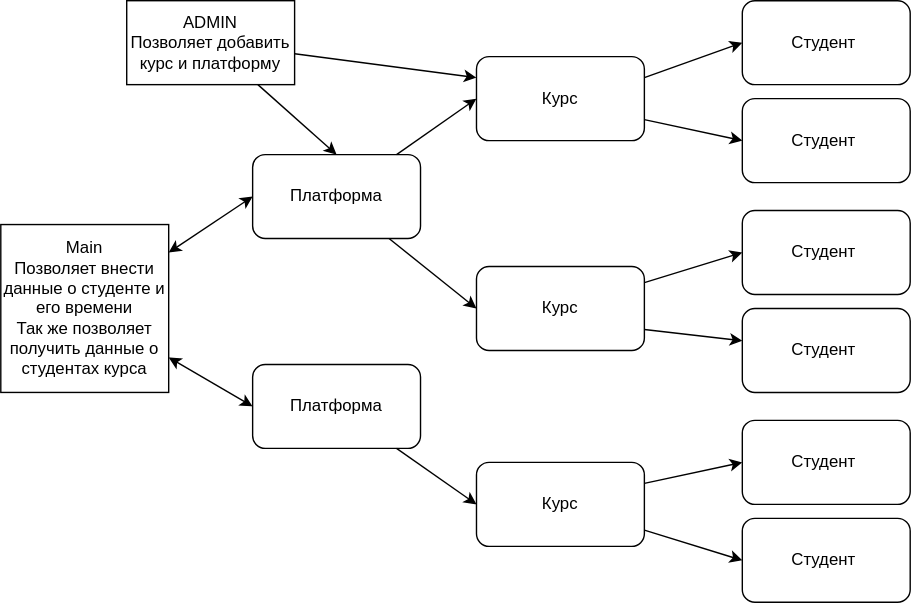
This is java_2023/diagram.svg from lomonoga/images, a draw.io export, as it was before one commit. Source tidied: cells renumbered, new cells last; positions are measured from the earlier drawing's top-left corner, leaving out a move shared by most shapes.
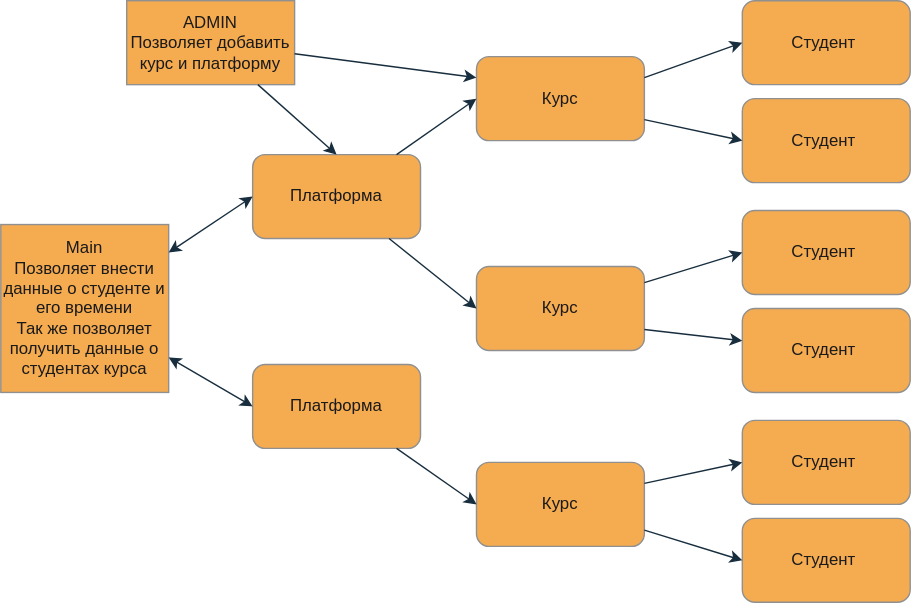
Later version of the same file.

What changed in the source:
```diff
@@ -2,82 +2,82 @@
   <root>
     <mxCell id="0" />
     <mxCell id="1" parent="0" />
-    <mxCell id="2" value="Студент&amp;nbsp;" style="rounded=1;whiteSpace=wrap;html=1;" parent="1" vertex="1">
+    <mxCell id="2" value="Студент&amp;nbsp;" style="rounded=1;whiteSpace=wrap;html=1;labelBackgroundColor=none;fillColor=#F5AB50;strokeColor=#909090;fontColor=#1A1A1A;" parent="1" vertex="1">
       <mxGeometry x="530" y="150" width="120" height="60" as="geometry" />
     </mxCell>
-    <mxCell id="3" value="Курс" style="rounded=1;whiteSpace=wrap;html=1;" parent="1" vertex="1">
+    <mxCell id="3" value="Курс" style="rounded=1;whiteSpace=wrap;html=1;labelBackgroundColor=none;fillColor=#F5AB50;strokeColor=#909090;fontColor=#1A1A1A;" parent="1" vertex="1">
       <mxGeometry x="340" y="190" width="120" height="60" as="geometry" />
     </mxCell>
-    <mxCell id="4" value="Студент&amp;nbsp;" style="rounded=1;whiteSpace=wrap;html=1;" parent="1" vertex="1">
+    <mxCell id="4" value="Студент&amp;nbsp;" style="rounded=1;whiteSpace=wrap;html=1;labelBackgroundColor=none;fillColor=#F5AB50;strokeColor=#909090;fontColor=#1A1A1A;" parent="1" vertex="1">
       <mxGeometry x="530" y="220" width="120" height="60" as="geometry" />
     </mxCell>
-    <mxCell id="5" value="Студент&amp;nbsp;" style="rounded=1;whiteSpace=wrap;html=1;" parent="1" vertex="1">
+    <mxCell id="5" value="Студент&amp;nbsp;" style="rounded=1;whiteSpace=wrap;html=1;labelBackgroundColor=none;fillColor=#F5AB50;strokeColor=#909090;fontColor=#1A1A1A;" parent="1" vertex="1">
       <mxGeometry x="530" width="120" height="60" as="geometry" />
     </mxCell>
-    <mxCell id="6" value="Курс" style="rounded=1;whiteSpace=wrap;html=1;" parent="1" vertex="1">
+    <mxCell id="6" value="Курс" style="rounded=1;whiteSpace=wrap;html=1;labelBackgroundColor=none;fillColor=#F5AB50;strokeColor=#909090;fontColor=#1A1A1A;" parent="1" vertex="1">
       <mxGeometry x="340" y="40" width="120" height="60" as="geometry" />
     </mxCell>
-    <mxCell id="7" value="Студент&amp;nbsp;" style="rounded=1;whiteSpace=wrap;html=1;" parent="1" vertex="1">
+    <mxCell id="7" value="Студент&amp;nbsp;" style="rounded=1;whiteSpace=wrap;html=1;labelBackgroundColor=none;fillColor=#F5AB50;strokeColor=#909090;fontColor=#1A1A1A;" parent="1" vertex="1">
       <mxGeometry x="530" y="70" width="120" height="60" as="geometry" />
     </mxCell>
-    <mxCell id="8" style="endArrow=classic;html=1;entryX=0;entryY=0.5;entryDx=0;entryDy=0;exitX=1;exitY=0.75;exitDx=0;exitDy=0;" parent="1" edge="1" source="6" target="7">
+    <mxCell id="8" style="endArrow=classic;html=1;entryX=0;entryY=0.5;entryDx=0;entryDy=0;exitX=1;exitY=0.75;exitDx=0;exitDy=0;labelBackgroundColor=none;strokeColor=#182E3E;fontColor=default;" parent="1" edge="1" source="6" target="7">
       <mxGeometry relative="1" as="geometry" />
     </mxCell>
-    <mxCell id="9" value="Платформа" style="rounded=1;whiteSpace=wrap;html=1;" parent="1" vertex="1">
+    <mxCell id="9" value="Платформа" style="rounded=1;whiteSpace=wrap;html=1;labelBackgroundColor=none;fillColor=#F5AB50;strokeColor=#909090;fontColor=#1A1A1A;" parent="1" vertex="1">
       <mxGeometry x="180" y="110" width="120" height="60" as="geometry" />
     </mxCell>
-    <mxCell id="10" value="Студент&amp;nbsp;" style="rounded=1;whiteSpace=wrap;html=1;" parent="1" vertex="1">
+    <mxCell id="10" value="Студент&amp;nbsp;" style="rounded=1;whiteSpace=wrap;html=1;labelBackgroundColor=none;fillColor=#F5AB50;strokeColor=#909090;fontColor=#1A1A1A;" parent="1" vertex="1">
       <mxGeometry x="530" y="300" width="120" height="60" as="geometry" />
     </mxCell>
-    <mxCell id="11" value="Курс" style="rounded=1;whiteSpace=wrap;html=1;" parent="1" vertex="1">
+    <mxCell id="11" value="Курс" style="rounded=1;whiteSpace=wrap;html=1;labelBackgroundColor=none;fillColor=#F5AB50;strokeColor=#909090;fontColor=#1A1A1A;" parent="1" vertex="1">
       <mxGeometry x="340" y="330" width="120" height="60" as="geometry" />
     </mxCell>
-    <mxCell id="12" value="Студент&amp;nbsp;" style="rounded=1;whiteSpace=wrap;html=1;" parent="1" vertex="1">
+    <mxCell id="12" value="Студент&amp;nbsp;" style="rounded=1;whiteSpace=wrap;html=1;labelBackgroundColor=none;fillColor=#F5AB50;strokeColor=#909090;fontColor=#1A1A1A;" parent="1" vertex="1">
       <mxGeometry x="530" y="370" width="120" height="60" as="geometry" />
     </mxCell>
-    <mxCell id="13" value="Платформа" style="rounded=1;whiteSpace=wrap;html=1;" parent="1" vertex="1">
+    <mxCell id="13" value="Платформа" style="rounded=1;whiteSpace=wrap;html=1;labelBackgroundColor=none;fillColor=#F5AB50;strokeColor=#909090;fontColor=#1A1A1A;" parent="1" vertex="1">
       <mxGeometry x="180" y="260" width="120" height="60" as="geometry" />
     </mxCell>
-    <mxCell id="14" value="Main&lt;br&gt;Позволяет внести данные о студенте и его времени&lt;br&gt;Так же позволяет получить данные о студентах курса" style="rounded=0;whiteSpace=wrap;html=1;" parent="1" vertex="1">
+    <mxCell id="14" value="Main&lt;br&gt;Позволяет внести данные о студенте и его времени&lt;br&gt;Так же позволяет получить данные о студентах курса" style="rounded=0;whiteSpace=wrap;html=1;labelBackgroundColor=none;fillColor=#F5AB50;strokeColor=#909090;fontColor=#1A1A1A;" parent="1" vertex="1">
       <mxGeometry y="160" width="120" height="120" as="geometry" />
     </mxCell>
-    <mxCell id="15" value="ADMIN&lt;br&gt;Позволяет добавить курс и платформу" style="rounded=0;whiteSpace=wrap;html=1;" parent="1" vertex="1">
+    <mxCell id="15" value="ADMIN&lt;br&gt;Позволяет добавить курс и платформу" style="rounded=0;whiteSpace=wrap;html=1;labelBackgroundColor=none;fillColor=#F5AB50;strokeColor=#909090;fontColor=#1A1A1A;" parent="1" vertex="1">
       <mxGeometry x="90" width="120" height="60" as="geometry" />
     </mxCell>
-    <mxCell id="16" style="endArrow=classic;html=1;exitX=1;exitY=0.25;exitDx=0;exitDy=0;entryX=0;entryY=0.5;entryDx=0;entryDy=0;" parent="1" edge="1" source="6" target="5">
+    <mxCell id="16" style="endArrow=classic;html=1;exitX=1;exitY=0.25;exitDx=0;exitDy=0;entryX=0;entryY=0.5;entryDx=0;entryDy=0;labelBackgroundColor=none;strokeColor=#182E3E;fontColor=default;" parent="1" edge="1" source="6" target="5">
       <mxGeometry relative="1" as="geometry" />
     </mxCell>
-    <mxCell id="17" style="endArrow=classic;html=1;entryX=0;entryY=0.5;entryDx=0;entryDy=0;exitX=1;exitY=0.25;exitDx=0;exitDy=0;" parent="1" edge="1" source="11" target="10">
+    <mxCell id="17" style="endArrow=classic;html=1;entryX=0;entryY=0.5;entryDx=0;entryDy=0;exitX=1;exitY=0.25;exitDx=0;exitDy=0;labelBackgroundColor=none;strokeColor=#182E3E;fontColor=default;" parent="1" edge="1" source="11" target="10">
       <mxGeometry relative="1" as="geometry" />
     </mxCell>
-    <mxCell id="18" style="endArrow=classic;html=1;entryX=0;entryY=0.5;entryDx=0;entryDy=0;" parent="1" edge="1" source="11" target="12">
+    <mxCell id="18" style="endArrow=classic;html=1;entryX=0;entryY=0.5;entryDx=0;entryDy=0;labelBackgroundColor=none;strokeColor=#182E3E;fontColor=default;" parent="1" edge="1" source="11" target="12">
       <mxGeometry relative="1" as="geometry" />
     </mxCell>
-    <mxCell id="19" style="endArrow=classic;html=1;entryX=0;entryY=0.5;entryDx=0;entryDy=0;" parent="1" edge="1" source="3" target="2">
+    <mxCell id="19" style="endArrow=classic;html=1;entryX=0;entryY=0.5;entryDx=0;entryDy=0;labelBackgroundColor=none;strokeColor=#182E3E;fontColor=default;" parent="1" edge="1" source="3" target="2">
       <mxGeometry relative="1" as="geometry" />
     </mxCell>
-    <mxCell id="20" style="endArrow=classic;html=1;exitX=1;exitY=0.75;exitDx=0;exitDy=0;" parent="1" edge="1" source="3" target="4">
+    <mxCell id="20" style="endArrow=classic;html=1;exitX=1;exitY=0.75;exitDx=0;exitDy=0;labelBackgroundColor=none;strokeColor=#182E3E;fontColor=default;" parent="1" edge="1" source="3" target="4">
       <mxGeometry relative="1" as="geometry" />
     </mxCell>
-    <mxCell id="21" style="endArrow=classic;html=1;entryX=0;entryY=0.5;entryDx=0;entryDy=0;" parent="1" edge="1" source="9" target="6">
+    <mxCell id="21" style="endArrow=classic;html=1;entryX=0;entryY=0.5;entryDx=0;entryDy=0;labelBackgroundColor=none;strokeColor=#182E3E;fontColor=default;" parent="1" edge="1" source="9" target="6">
       <mxGeometry relative="1" as="geometry" />
     </mxCell>
-    <mxCell id="22" style="endArrow=classic;html=1;entryX=0;entryY=0.5;entryDx=0;entryDy=0;" parent="1" edge="1" source="9" target="3">
+    <mxCell id="22" style="endArrow=classic;html=1;entryX=0;entryY=0.5;entryDx=0;entryDy=0;labelBackgroundColor=none;strokeColor=#182E3E;fontColor=default;" parent="1" edge="1" source="9" target="3">
       <mxGeometry relative="1" as="geometry" />
     </mxCell>
-    <mxCell id="23" style="endArrow=classic;html=1;entryX=0;entryY=0.5;entryDx=0;entryDy=0;" parent="1" edge="1" source="13" target="11">
+    <mxCell id="23" style="endArrow=classic;html=1;entryX=0;entryY=0.5;entryDx=0;entryDy=0;labelBackgroundColor=none;strokeColor=#182E3E;fontColor=default;" parent="1" edge="1" source="13" target="11">
       <mxGeometry relative="1" as="geometry" />
     </mxCell>
-    <mxCell id="24" style="endArrow=classic;startArrow=classic;html=1;entryX=0;entryY=0.5;entryDx=0;entryDy=0;" parent="1" edge="1" source="14" target="13">
+    <mxCell id="24" style="endArrow=classic;startArrow=classic;html=1;entryX=0;entryY=0.5;entryDx=0;entryDy=0;labelBackgroundColor=none;strokeColor=#182E3E;fontColor=default;" parent="1" edge="1" source="14" target="13">
       <mxGeometry relative="1" as="geometry" />
     </mxCell>
-    <mxCell id="25" style="endArrow=classic;startArrow=classic;html=1;entryX=0;entryY=0.5;entryDx=0;entryDy=0;" parent="1" edge="1" source="14" target="9">
+    <mxCell id="25" style="endArrow=classic;startArrow=classic;html=1;entryX=0;entryY=0.5;entryDx=0;entryDy=0;labelBackgroundColor=none;strokeColor=#182E3E;fontColor=default;" parent="1" edge="1" source="14" target="9">
       <mxGeometry relative="1" as="geometry" />
     </mxCell>
-    <mxCell id="26" style="endArrow=classic;html=1;entryX=0;entryY=0.25;entryDx=0;entryDy=0;" parent="1" edge="1" source="15" target="6">
+    <mxCell id="26" style="endArrow=classic;html=1;entryX=0;entryY=0.25;entryDx=0;entryDy=0;labelBackgroundColor=none;strokeColor=#182E3E;fontColor=default;" parent="1" edge="1" source="15" target="6">
       <mxGeometry relative="1" as="geometry" />
     </mxCell>
-    <mxCell id="27" style="endArrow=classic;html=1;entryX=0.5;entryY=0;entryDx=0;entryDy=0;" parent="1" edge="1" source="15" target="9">
+    <mxCell id="27" style="endArrow=classic;html=1;entryX=0.5;entryY=0;entryDx=0;entryDy=0;labelBackgroundColor=none;strokeColor=#182E3E;fontColor=default;" parent="1" edge="1" source="15" target="9">
       <mxGeometry relative="1" as="geometry" />
     </mxCell>
   </root>
```
